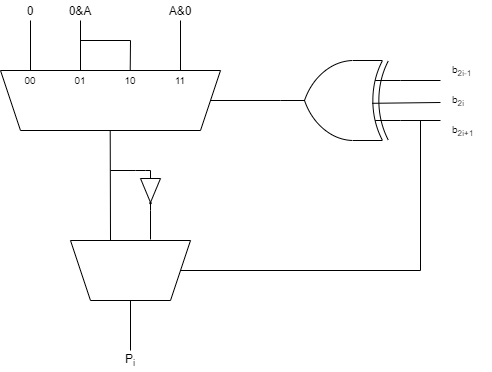
Before: LAB2/report/schematic/Diagramma non titolato.png, a diagram exported from draw.io (lorenzocarrano/ISA_2021_Group21_Labs). Source tidied: cells renumbered, new cells last; positions are measured from the earlier drawing's top-left corner, leaving out a move shared by most shapes. Its diagram source:
```xml
<mxGraphModel>
  <root>
    <mxCell id="0" />
    <mxCell id="1" parent="0" />
    <mxCell id="2" style="shape=trapezoid;perimeter=trapezoidPerimeter;whiteSpace=wrap;html=1;fixedSize=1;rotation=-180;" parent="1" vertex="1">
      <mxGeometry y="70" width="220" height="60" as="geometry" />
    </mxCell>
    <mxCell id="3" style="shape=trapezoid;perimeter=trapezoidPerimeter;whiteSpace=wrap;html=1;fixedSize=1;rotation=-180;" parent="1" vertex="1">
      <mxGeometry x="70" y="240" width="120" height="60" as="geometry" />
    </mxCell>
    <mxCell id="4" style="endArrow=none;html=1;" parent="1" edge="1">
      <mxGeometry relative="1" as="geometry">
        <mxPoint x="30" y="70" as="sourcePoint" />
        <mxPoint x="30" y="20" as="targetPoint" />
      </mxGeometry>
    </mxCell>
    <mxCell id="5" style="endArrow=none;html=1;" parent="1" edge="1">
      <mxGeometry relative="1" as="geometry">
        <mxPoint x="80" y="70" as="sourcePoint" />
        <mxPoint x="80" y="20" as="targetPoint" />
      </mxGeometry>
    </mxCell>
    <mxCell id="6" style="endArrow=none;html=1;" parent="1" edge="1">
      <mxGeometry relative="1" as="geometry">
        <mxPoint x="129.7" y="70" as="sourcePoint" />
        <mxPoint x="130" y="40" as="targetPoint" />
      </mxGeometry>
    </mxCell>
    <mxCell id="7" style="endArrow=none;html=1;" parent="1" edge="1">
      <mxGeometry relative="1" as="geometry">
        <mxPoint x="180" y="70" as="sourcePoint" />
        <mxPoint x="180" y="20" as="targetPoint" />
      </mxGeometry>
    </mxCell>
    <mxCell id="8" style="endArrow=none;html=1;" parent="1" edge="1">
      <mxGeometry relative="1" as="geometry">
        <mxPoint x="110" y="240" as="sourcePoint" />
        <mxPoint x="109.7" y="130" as="targetPoint" />
      </mxGeometry>
    </mxCell>
    <mxCell id="9" style="edgeStyle=orthogonalEdgeStyle;rounded=0;jettySize=auto;html=1;exitX=1;exitY=0.5;exitDx=0;exitDy=0;endArrow=none;endFill=0;" parent="1" edge="1" source="10">
      <mxGeometry relative="1" as="geometry">
        <mxPoint x="150" y="239" as="targetPoint" />
      </mxGeometry>
    </mxCell>
    <mxCell id="10" style="verticalLabelPosition=bottom;shadow=0;dashed=0;align=center;html=1;verticalAlign=top;shape=mxgraph.electrical.logic_gates.buffer2;negating=1;rotation=90;" parent="1" vertex="1">
      <mxGeometry x="130" y="180" width="40" height="20" as="geometry" />
    </mxCell>
    <mxCell id="11" style="endArrow=none;html=1;" parent="1" edge="1">
      <mxGeometry relative="1" as="geometry">
        <mxPoint x="110" y="170" as="sourcePoint" />
        <mxPoint x="150" y="170" as="targetPoint" />
        <Array as="points">
          <mxPoint x="145" y="170" />
        </Array>
      </mxGeometry>
    </mxCell>
    <mxCell id="12" value="0" style="text;html=1;strokeColor=none;fillColor=none;align=center;verticalAlign=middle;whiteSpace=wrap;rounded=0;" parent="1" vertex="1">
      <mxGeometry x="10" width="40" height="20" as="geometry" />
    </mxCell>
    <mxCell id="13" value="0&amp;amp;A" style="text;html=1;strokeColor=none;fillColor=none;align=center;verticalAlign=middle;whiteSpace=wrap;rounded=0;" parent="1" vertex="1">
      <mxGeometry x="60" width="40" height="20" as="geometry" />
    </mxCell>
    <mxCell id="14" value="A&amp;amp;0" style="text;html=1;strokeColor=none;fillColor=none;align=center;verticalAlign=middle;whiteSpace=wrap;rounded=0;" parent="1" vertex="1">
      <mxGeometry x="160" width="40" height="20" as="geometry" />
    </mxCell>
    <mxCell id="15" style="endArrow=none;html=1;" parent="1" edge="1">
      <mxGeometry relative="1" as="geometry">
        <mxPoint x="80" y="40" as="sourcePoint" />
        <mxPoint x="130" y="40" as="targetPoint" />
      </mxGeometry>
    </mxCell>
    <mxCell id="16" value="10" style="text;html=1;strokeColor=none;fillColor=none;align=center;verticalAlign=middle;whiteSpace=wrap;rounded=0;fontSize=10;" parent="1" vertex="1">
      <mxGeometry x="110" y="70" width="40" height="20" as="geometry" />
    </mxCell>
    <mxCell id="17" value="11" style="text;html=1;strokeColor=none;fillColor=none;align=center;verticalAlign=middle;whiteSpace=wrap;rounded=0;fontSize=10;" parent="1" vertex="1">
      <mxGeometry x="160" y="70" width="40" height="20" as="geometry" />
    </mxCell>
    <mxCell id="18" value="00" style="text;html=1;strokeColor=none;fillColor=none;align=center;verticalAlign=middle;whiteSpace=wrap;rounded=0;fontSize=10;" parent="1" vertex="1">
      <mxGeometry x="10" y="70" width="40" height="20" as="geometry" />
    </mxCell>
    <mxCell id="19" value="01" style="text;html=1;strokeColor=none;fillColor=none;align=center;verticalAlign=middle;whiteSpace=wrap;rounded=0;fontSize=10;" parent="1" vertex="1">
      <mxGeometry x="60" y="70" width="40" height="20" as="geometry" />
    </mxCell>
    <mxCell id="20" value="P&lt;sub&gt;i&lt;/sub&gt;" style="text;html=1;strokeColor=none;fillColor=none;align=center;verticalAlign=middle;whiteSpace=wrap;rounded=0;" parent="1" vertex="1">
      <mxGeometry x="110" y="350" width="40" height="20" as="geometry" />
    </mxCell>
    <mxCell id="21" style="endArrow=none;html=1;fontSize=10;exitX=0.5;exitY=0;exitDx=0;exitDy=0;entryX=0.5;entryY=0;entryDx=0;entryDy=0;" parent="1" edge="1" source="20" target="3">
      <mxGeometry relative="1" as="geometry" />
    </mxCell>
    <mxCell id="22" style="edgeStyle=orthogonalEdgeStyle;rounded=0;jettySize=auto;html=1;endArrow=none;endFill=0;fontSize=10;" parent="1" edge="1" source="23" target="2">
      <mxGeometry relative="1" as="geometry" />
    </mxCell>
    <mxCell id="23" style="verticalLabelPosition=bottom;shadow=0;dashed=0;align=center;html=1;verticalAlign=top;shape=mxgraph.electrical.logic_gates.logic_gate;operation=xor;fontSize=10;rotation=-180;" parent="1" vertex="1">
      <mxGeometry x="280" y="60" width="120" height="80" as="geometry" />
    </mxCell>
    <mxCell id="24" style="endArrow=none;html=1;fontSize=10;exitX=0.237;exitY=0.465;exitDx=0;exitDy=0;exitPerimeter=0;" parent="1" edge="1" source="23">
      <mxGeometry relative="1" as="geometry">
        <mxPoint x="440" y="102" as="targetPoint" />
      </mxGeometry>
    </mxCell>
    <mxCell id="25" value="b&lt;sub&gt;2i-1&lt;/sub&gt;" style="text;html=1;strokeColor=none;fillColor=none;align=left;verticalAlign=middle;whiteSpace=wrap;rounded=0;fontSize=10;" parent="1" vertex="1">
      <mxGeometry x="450" y="60" width="40" height="20" as="geometry" />
    </mxCell>
    <mxCell id="26" value="b&lt;sub&gt;2i&lt;/sub&gt;" style="text;html=1;strokeColor=none;fillColor=none;align=left;verticalAlign=middle;whiteSpace=wrap;rounded=0;fontSize=10;" parent="1" vertex="1">
      <mxGeometry x="450" y="90" width="40" height="20" as="geometry" />
    </mxCell>
    <mxCell id="27" value="b&lt;sub&gt;2i+1&lt;/sub&gt;" style="text;html=1;strokeColor=none;fillColor=none;align=left;verticalAlign=middle;whiteSpace=wrap;rounded=0;fontSize=10;" parent="1" vertex="1">
      <mxGeometry x="450" y="120" width="40" height="20" as="geometry" />
    </mxCell>
    <mxCell id="28" style="endArrow=none;html=1;fontSize=10;exitX=0;exitY=0.25;exitDx=0;exitDy=0;exitPerimeter=0;" parent="1" edge="1" source="23">
      <mxGeometry relative="1" as="geometry">
        <mxPoint x="440" y="120" as="targetPoint" />
      </mxGeometry>
    </mxCell>
    <mxCell id="29" style="endArrow=none;html=1;fontSize=10;exitX=0;exitY=0.75;exitDx=0;exitDy=0;exitPerimeter=0;" parent="1" edge="1" source="23">
      <mxGeometry relative="1" as="geometry">
        <mxPoint x="440" y="80" as="targetPoint" />
      </mxGeometry>
    </mxCell>
    <mxCell id="30" style="endArrow=none;html=1;fontSize=10;" parent="1" edge="1">
      <mxGeometry relative="1" as="geometry">
        <mxPoint x="420" y="270" as="sourcePoint" />
        <mxPoint x="420" y="120" as="targetPoint" />
      </mxGeometry>
    </mxCell>
    <mxCell id="31" style="endArrow=none;html=1;fontSize=10;exitX=0;exitY=0.5;exitDx=0;exitDy=0;" parent="1" edge="1" source="3">
      <mxGeometry relative="1" as="geometry">
        <mxPoint x="420" y="270" as="targetPoint" />
      </mxGeometry>
    </mxCell>
  </root>
</mxGraphModel>
```
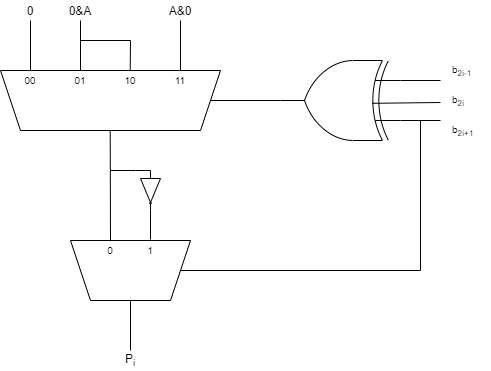
The same file after the commit.

The edit, as a diff of the source:
```diff
@@ -129,5 +129,11 @@
         <mxPoint x="420" y="270" as="targetPoint" />
       </mxGeometry>
     </mxCell>
+    <mxCell id="32" value="0" style="text;html=1;strokeColor=none;fillColor=none;align=center;verticalAlign=middle;whiteSpace=wrap;rounded=0;fontSize=10;" parent="1" vertex="1">
+      <mxGeometry x="90" y="240" width="40" height="20" as="geometry" />
+    </mxCell>
+    <mxCell id="33" value="1" style="text;html=1;strokeColor=none;fillColor=none;align=center;verticalAlign=middle;whiteSpace=wrap;rounded=0;fontSize=10;" parent="1" vertex="1">
+      <mxGeometry x="130" y="240" width="40" height="20" as="geometry" />
+    </mxCell>
   </root>
 </mxGraphModel>
```
